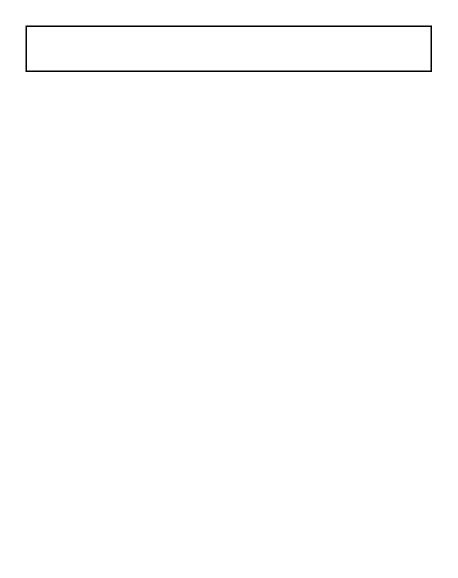
Before: page.drawio in leon-db/images, a draw.io diagram. Source tidied: cells renumbered, new cells numbered last; positions are measured from the earlier drawing's top-left corner, leaving out a move shared by most shapes. Both pictures are drawn from the tidied source at 150%, with x=0, y=0 at pixel (26, 26).
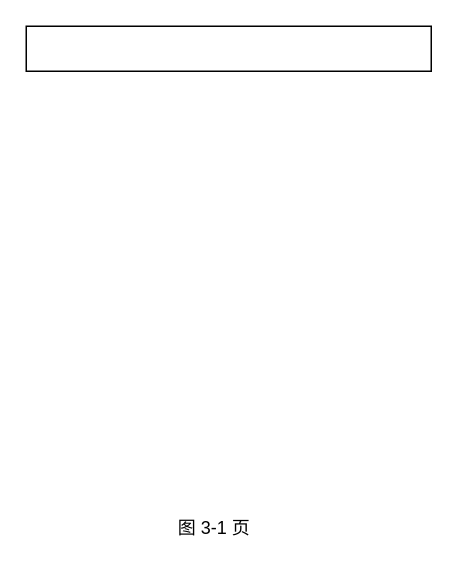
After the change.

Diff of the diagram source:
```diff
@@
 <mxGraphModel>
   <root>
     <mxCell id="0" />
     <mxCell id="1" parent="0" />
     <mxCell id="2" style="rounded=0;whiteSpace=wrap;html=1;" parent="1" vertex="1">
       <mxGeometry width="270" height="30" as="geometry" />
     </mxCell>
+    <mxCell id="3" value="图 3-1 页" style="text;html=1;align=center;verticalAlign=middle;strokeColor=none;fillColor=none;" parent="1" vertex="1">
+      <mxGeometry x="90" y="320" width="70" height="30" as="geometry" />
+    </mxCell>
   </root>
 </mxGraphModel>
```
